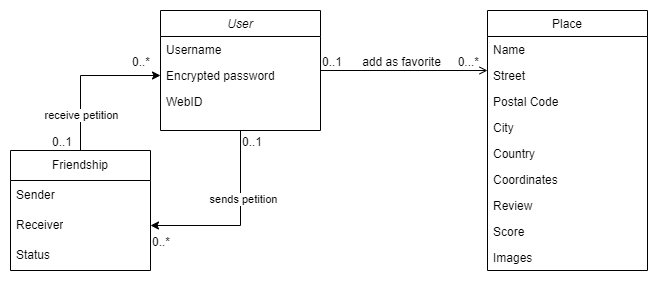
This is docs/images/08_Domain_Model.png from Arquisoft/lomap_es2c, a draw.io export, as it was before one commit. Source tidied: cells renumbered, new cells last; positions are measured from the earlier drawing's top-left corner, leaving out a move shared by most shapes.
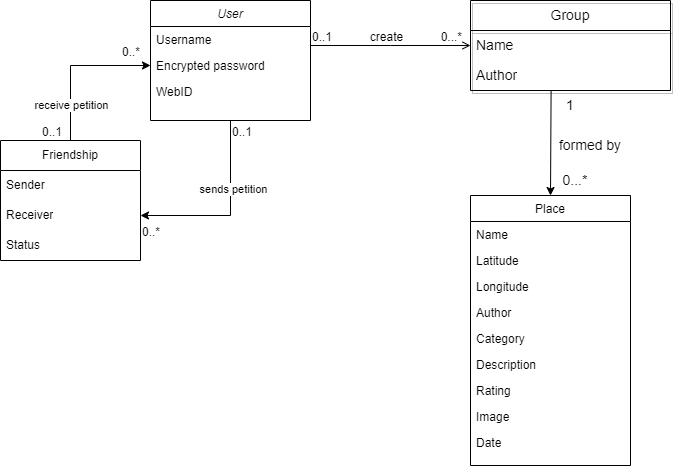
After the commit.

Change to the diagram source:
```diff
@@ -21,36 +21,36 @@
       <mxGeometry y="78" width="160" height="26" as="geometry" />
     </mxCell>
     <mxCell id="8" value="Place" style="swimlane;fontStyle=0;align=center;verticalAlign=top;horizontal=1;startSize=26;rounded=0;shadow=0;strokeWidth=1;" parent="1" vertex="1">
-      <mxGeometry x="477" width="160" height="260" as="geometry" />
+      <mxGeometry x="470" y="195" width="160" height="270" as="geometry" />
     </mxCell>
     <mxCell id="9" value="Name" style="text;align=left;verticalAlign=top;spacingLeft=4;spacingRight=4;overflow=hidden;" parent="8" vertex="1">
       <mxGeometry y="26" width="160" height="26" as="geometry" />
     </mxCell>
-    <mxCell id="10" value="Street" style="text;align=left;verticalAlign=top;spacingLeft=4;spacingRight=4;overflow=hidden;" parent="8" vertex="1">
-      <mxGeometry y="52" width="160" height="26" as="geometry" />
-    </mxCell>
-    <mxCell id="11" value="Postal Code" style="text;align=left;verticalAlign=top;spacingLeft=4;spacingRight=4;overflow=hidden;rounded=0;shadow=0;html=0;" parent="8" vertex="1">
-      <mxGeometry y="78" width="160" height="26" as="geometry" />
+    <mxCell id="11" value="Latitude" style="text;align=left;verticalAlign=top;spacingLeft=4;spacingRight=4;overflow=hidden;rounded=0;shadow=0;html=0;" parent="8" vertex="1">
+      <mxGeometry y="52" width="160" height="26" as="geometry" />
     </mxCell>
-    <mxCell id="12" value="City" style="text;align=left;verticalAlign=top;spacingLeft=4;spacingRight=4;overflow=hidden;rounded=0;shadow=0;html=0;" parent="8" vertex="1">
-      <mxGeometry y="104" width="160" height="26" as="geometry" />
+    <mxCell id="12" value="Longitude" style="text;align=left;verticalAlign=top;spacingLeft=4;spacingRight=4;overflow=hidden;rounded=0;shadow=0;html=0;" parent="8" vertex="1">
+      <mxGeometry y="78" width="160" height="26" as="geometry" />
     </mxCell>
-    <mxCell id="13" value="Country" style="text;align=left;verticalAlign=top;spacingLeft=4;spacingRight=4;overflow=hidden;rounded=0;shadow=0;html=0;" parent="8" vertex="1">
-      <mxGeometry y="130" width="160" height="26" as="geometry" />
+    <mxCell id="13" value="Author" style="text;align=left;verticalAlign=top;spacingLeft=4;spacingRight=4;overflow=hidden;rounded=0;shadow=0;html=0;" parent="8" vertex="1">
+      <mxGeometry y="104" width="160" height="26" as="geometry" />
     </mxCell>
-    <mxCell id="14" value="Coordinates" style="text;align=left;verticalAlign=top;spacingLeft=4;spacingRight=4;overflow=hidden;" parent="8" vertex="1">
-      <mxGeometry y="156" width="160" height="26" as="geometry" />
+    <mxCell id="14" value="Category" style="text;align=left;verticalAlign=top;spacingLeft=4;spacingRight=4;overflow=hidden;" parent="8" vertex="1">
+      <mxGeometry y="130" width="160" height="26" as="geometry" />
     </mxCell>
-    <mxCell id="15" value="Review" style="text;align=left;verticalAlign=top;spacingLeft=4;spacingRight=4;overflow=hidden;" parent="8" vertex="1">
-      <mxGeometry y="182" width="160" height="26" as="geometry" />
+    <mxCell id="15" value="Description" style="text;align=left;verticalAlign=top;spacingLeft=4;spacingRight=4;overflow=hidden;" parent="8" vertex="1">
+      <mxGeometry y="156" width="160" height="26" as="geometry" />
     </mxCell>
-    <mxCell id="16" value="Score" style="text;align=left;verticalAlign=top;spacingLeft=4;spacingRight=4;overflow=hidden;" parent="8" vertex="1">
-      <mxGeometry y="208" width="160" height="26" as="geometry" />
+    <mxCell id="16" value="Rating" style="text;align=left;verticalAlign=top;spacingLeft=4;spacingRight=4;overflow=hidden;" parent="8" vertex="1">
+      <mxGeometry y="182" width="160" height="26" as="geometry" />
     </mxCell>
-    <mxCell id="17" value="Images" style="text;align=left;verticalAlign=top;spacingLeft=4;spacingRight=4;overflow=hidden;" parent="8" vertex="1">
-      <mxGeometry y="234" width="160" height="26" as="geometry" />
-    </mxCell>
+    <mxCell id="32" value="Image" style="text;align=left;verticalAlign=top;spacingLeft=4;spacingRight=4;overflow=hidden;" parent="8" vertex="1">
+      <mxGeometry y="208" width="160" height="26" as="geometry" />
+    </mxCell>
+    <mxCell id="33" value="Date" style="text;align=left;verticalAlign=top;spacingLeft=4;spacingRight=4;overflow=hidden;" parent="8" vertex="1">
+      <mxGeometry y="234" width="160" height="26" as="geometry" />
+    </mxCell>
-    <mxCell id="18" style="endArrow=open;shadow=0;strokeWidth=1;rounded=0;endFill=1;edgeStyle=elbowEdgeStyle;elbow=vertical;" parent="1" edge="1" source="4" target="8">
+    <mxCell id="18" style="endArrow=open;shadow=0;strokeWidth=1;rounded=0;endFill=1;edgeStyle=elbowEdgeStyle;elbow=vertical;entryX=0;entryY=0.5;entryDx=0;entryDy=0;" parent="1" edge="1" source="4" target="35">
       <mxGeometry x="0.5" y="41" relative="1" as="geometry">
         <mxPoint x="-40" y="32" as="offset" />
       </mxGeometry>
@@ -63,7 +63,7 @@
         <mxPoint x="-7" as="offset" />
       </mxGeometry>
     </mxCell>
-    <mxCell id="21" value="add as favorite" style="text;html=1;align=center;verticalAlign=middle;labelBackgroundColor=none;rounded=0;shadow=0;strokeWidth=1;fontSize=12;" parent="18" vertex="1">
+    <mxCell id="21" value="create" style="text;html=1;align=center;verticalAlign=middle;labelBackgroundColor=none;rounded=0;shadow=0;strokeWidth=1;fontSize=12;" parent="18" vertex="1">
       <mxGeometry x="0.5" y="49" relative="1" as="geometry">
         <mxPoint x="-45" y="40" as="offset" />
       </mxGeometry>
@@ -100,5 +100,26 @@
     <mxCell id="31" value="0..1" style="align=left;verticalAlign=bottom;labelBackgroundColor=none;fontSize=12;" parent="1" vertex="1">
       <mxGeometry x="40" y="140" as="geometry" />
     </mxCell>
+    <mxCell id="34" value="&lt;font color=&quot;#000000&quot;&gt;Group&lt;/font&gt;" style="swimlane;fontStyle=0;horizontal=1;startSize=30;whiteSpace=wrap;html=1;shadow=1;strokeColor=#000000;fontSize=14;fontColor=#FFFFFF;fillColor=none;" parent="1" vertex="1">
+      <mxGeometry x="470" width="200" height="90" as="geometry" />
+    </mxCell>
+    <mxCell id="35" value="&lt;font color=&quot;#000000&quot;&gt;Name&lt;/font&gt;" style="text;strokeColor=none;fillColor=none;align=left;verticalAlign=middle;spacingLeft=4;spacingRight=4;overflow=hidden;points=[[0,0.5],[1,0.5]];portConstraint=eastwest;whiteSpace=wrap;html=1;fontSize=14;fontColor=#FFFFFF;shadow=0;" parent="34" vertex="1">
+      <mxGeometry y="30" width="200" height="30" as="geometry" />
+    </mxCell>
+    <mxCell id="36" value="&lt;font color=&quot;#000000&quot;&gt;Author&lt;/font&gt;" style="text;strokeColor=none;fillColor=none;align=left;verticalAlign=middle;spacingLeft=4;spacingRight=4;overflow=hidden;points=[[0,0.5],[1,0.5]];portConstraint=eastwest;whiteSpace=wrap;html=1;fontSize=14;fontColor=#FFFFFF;" parent="34" vertex="1">
+      <mxGeometry y="60" width="200" height="30" as="geometry" />
+    </mxCell>
+    <mxCell id="37" style="endArrow=classic;html=1;rounded=0;fontSize=14;fontColor=#000000;fillColor=#81C784;entryX=0.5;entryY=0;entryDx=0;entryDy=0;exitX=0.403;exitY=1;exitDx=0;exitDy=0;exitPerimeter=0;" parent="1" edge="1" source="36" target="8">
+      <mxGeometry relative="1" as="geometry" />
+    </mxCell>
+    <mxCell id="38" value="formed by" style="text;html=1;strokeColor=none;fillColor=none;align=center;verticalAlign=middle;whiteSpace=wrap;rounded=0;fontSize=14;fontColor=#000000;" parent="1" vertex="1">
+      <mxGeometry x="545" y="130" width="90" height="30" as="geometry" />
+    </mxCell>
+    <mxCell id="39" value="1" style="text;html=1;strokeColor=none;fillColor=none;align=center;verticalAlign=middle;whiteSpace=wrap;rounded=0;fontSize=14;fontColor=#000000;" parent="1" vertex="1">
+      <mxGeometry x="540" y="90" width="60" height="30" as="geometry" />
+    </mxCell>
+    <mxCell id="40" value="0...*" style="text;html=1;strokeColor=none;fillColor=none;align=center;verticalAlign=middle;whiteSpace=wrap;rounded=0;fontSize=14;fontColor=#000000;" parent="1" vertex="1">
+      <mxGeometry x="545" y="165" width="60" height="30" as="geometry" />
+    </mxCell>
   </root>
 </mxGraphModel>
```
